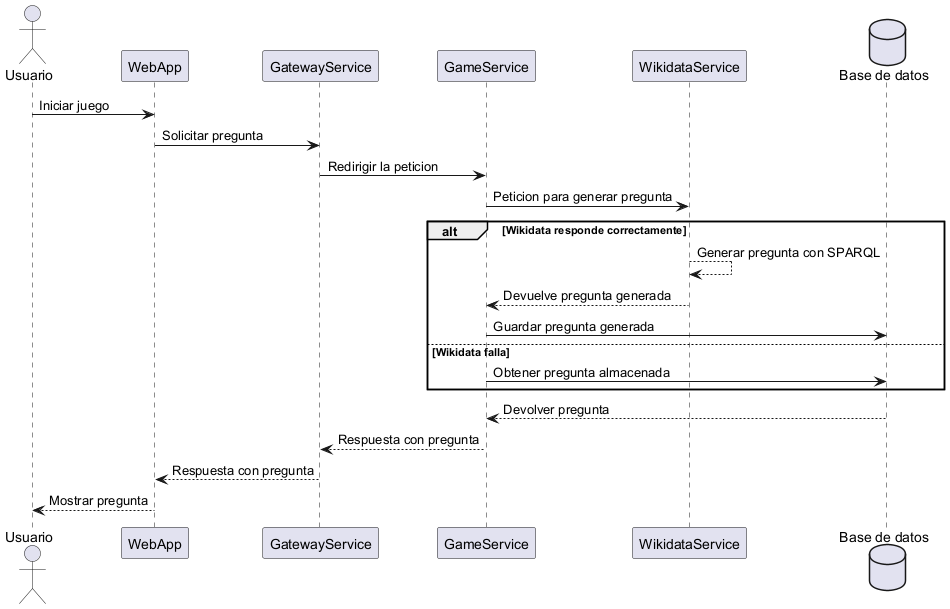
The PlantUML diagram images/Generacion de pregunta.png in Arquisoft/wichat_es5b, before a commit.
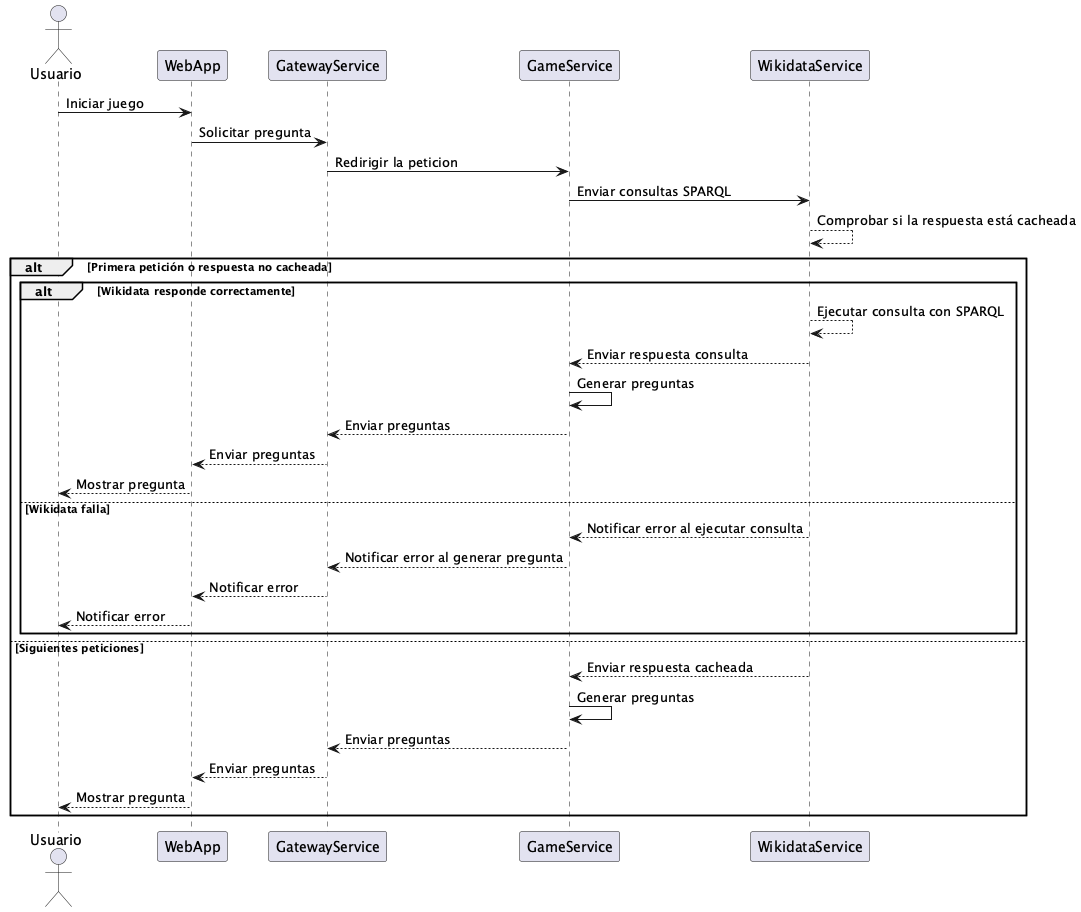
Above is the later version.

What changed in the source:
```diff
@@ -5,24 +5,34 @@
 participant "GatewayService" as GatewayService
 participant "GameService" as GameService
 participant "WikidataService" as WikidataService
-database "Base de datos" as BaseDatos
 
 Usuario -> WebApp: Iniciar juego
 WebApp -> GatewayService: Solicitar pregunta
 GatewayService -> GameService: Redirigir la peticion
-GameService -> WikidataService: Peticion para generar pregunta
+GameService -> WikidataService: Enviar consultas SPARQL
 
+WikidataService --> WikidataService: Comprobar si la respuesta está cacheada
+alt Primera petición o respuesta no cacheada
 alt Wikidata responde correctamente
-    WikidataService --> WikidataService: Generar pregunta con SPARQL
-    WikidataService --> GameService: Devuelve pregunta generada
-    GameService -> BaseDatos: Guardar pregunta generada
+    WikidataService --> WikidataService: Ejecutar consulta con SPARQL
+    WikidataService --> GameService: Enviar respuesta consulta
+    GameService -> GameService: Generar preguntas
+    GameService --> GatewayService: Enviar preguntas
+    GatewayService --> WebApp: Enviar preguntas
+    WebApp --> Usuario: Mostrar pregunta
 else Wikidata falla
-    GameService -> BaseDatos: Obtener pregunta almacenada
+    WikidataService --> GameService: Notificar error al ejecutar consulta
+    GameService --> GatewayService: Notificar error al generar pregunta
+    GatewayService --> WebApp: Notificar error
+    WebApp --> Usuario: Notificar error
+end
+else Siguientes peticiones
+     WikidataService --> GameService: Enviar respuesta cacheada
+     GameService -> GameService: Generar preguntas
+     GameService --> GatewayService: Enviar preguntas
+     GatewayService --> WebApp: Enviar preguntas
+     WebApp --> Usuario: Mostrar pregunta
 end
 
-BaseDatos --> GameService: Devolver pregunta
-GameService --> GatewayService: Respuesta con pregunta
-GatewayService --> WebApp: Respuesta con pregunta
-WebApp --> Usuario: Mostrar pregunta
 
 @enduml
```
